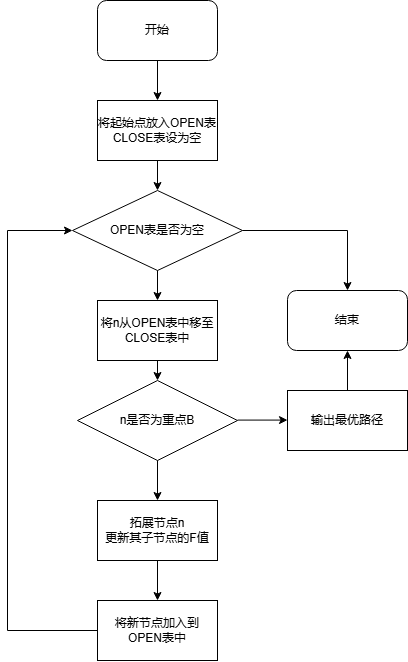
Before: A*.drawio.png, a diagram exported from draw.io (BuerH/Test). Source tidied: cells renumbered, new cells last; positions are measured from the earlier drawing's top-left corner, leaving out a move shared by most shapes.
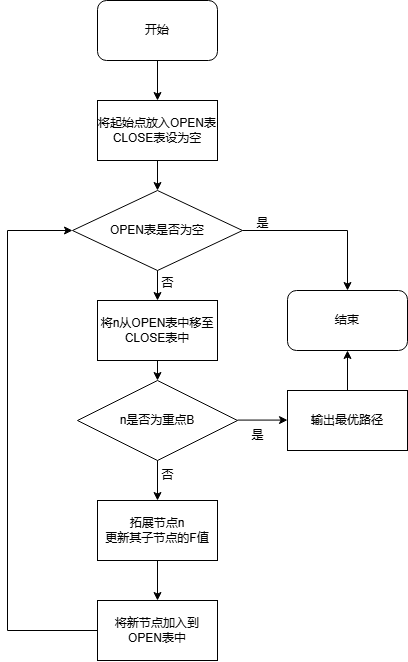
Later version of the same file.

The edit, as a diff of the source:
```diff
@@ -75,5 +75,17 @@
         </Array>
       </mxGeometry>
     </mxCell>
+    <mxCell id="21" value="是" style="text;html=1;align=center;verticalAlign=middle;strokeColor=none;fillColor=none;" parent="1" vertex="1">
+      <mxGeometry x="230" y="420" width="40" height="30" as="geometry" />
+    </mxCell>
+    <mxCell id="22" value="否" style="text;html=1;align=center;verticalAlign=middle;strokeColor=none;fillColor=none;" parent="1" vertex="1">
+      <mxGeometry x="140" y="460" width="40" height="30" as="geometry" />
+    </mxCell>
+    <mxCell id="23" value="是" style="text;html=1;align=center;verticalAlign=middle;strokeColor=none;fillColor=none;" parent="1" vertex="1">
+      <mxGeometry x="235" y="208" width="40" height="30" as="geometry" />
+    </mxCell>
+    <mxCell id="24" value="否" style="text;html=1;align=center;verticalAlign=middle;strokeColor=none;fillColor=none;" parent="1" vertex="1">
+      <mxGeometry x="140" y="268" width="40" height="30" as="geometry" />
+    </mxCell>
   </root>
 </mxGraphModel>
```
